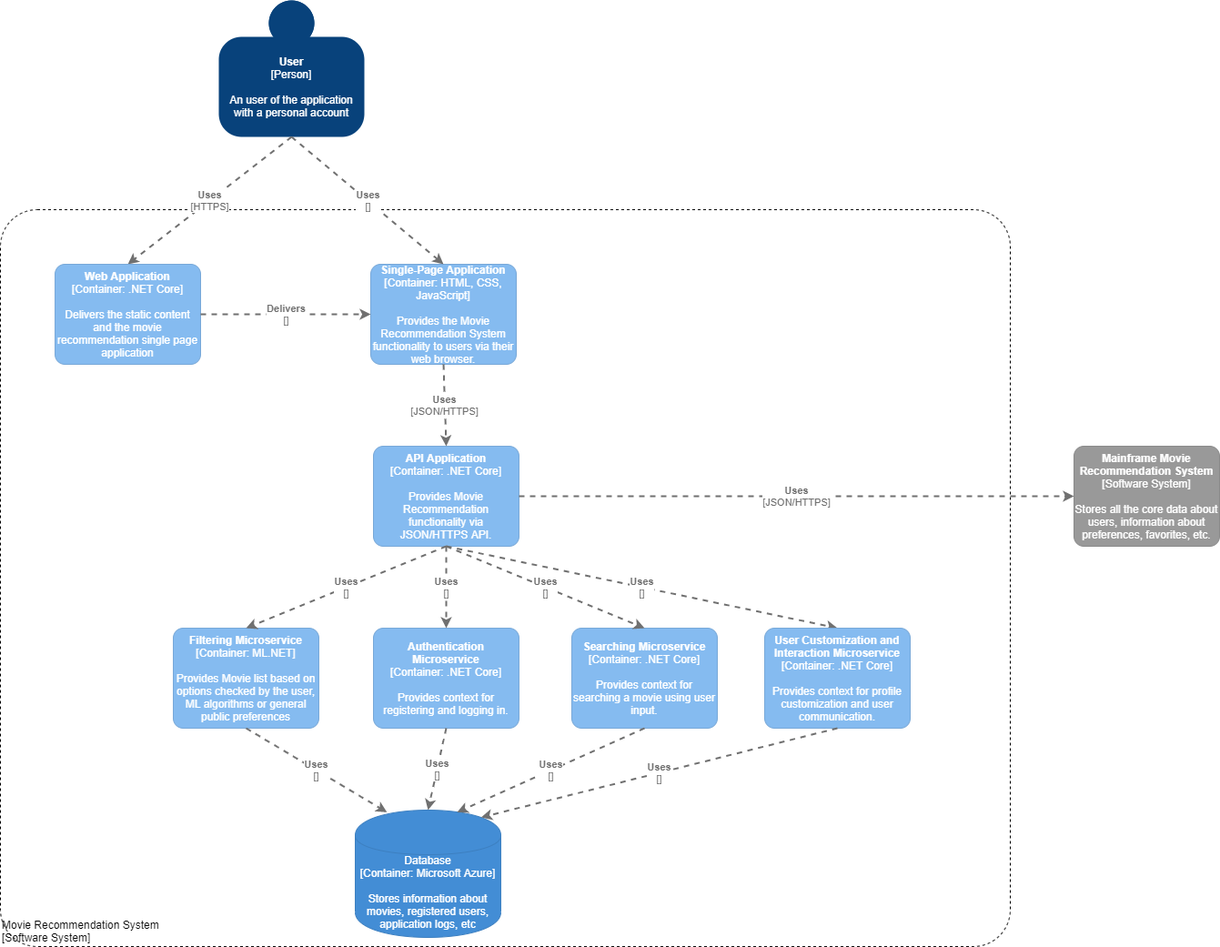
Before: Diagrame/C4-Page-2.png, a diagram exported from draw.io (RobertFrentz/-Movie-recommendation-system). Source tidied: cells renumbered, new cells last; positions are measured from the earlier drawing's top-left corner, leaving out a move shared by most shapes.
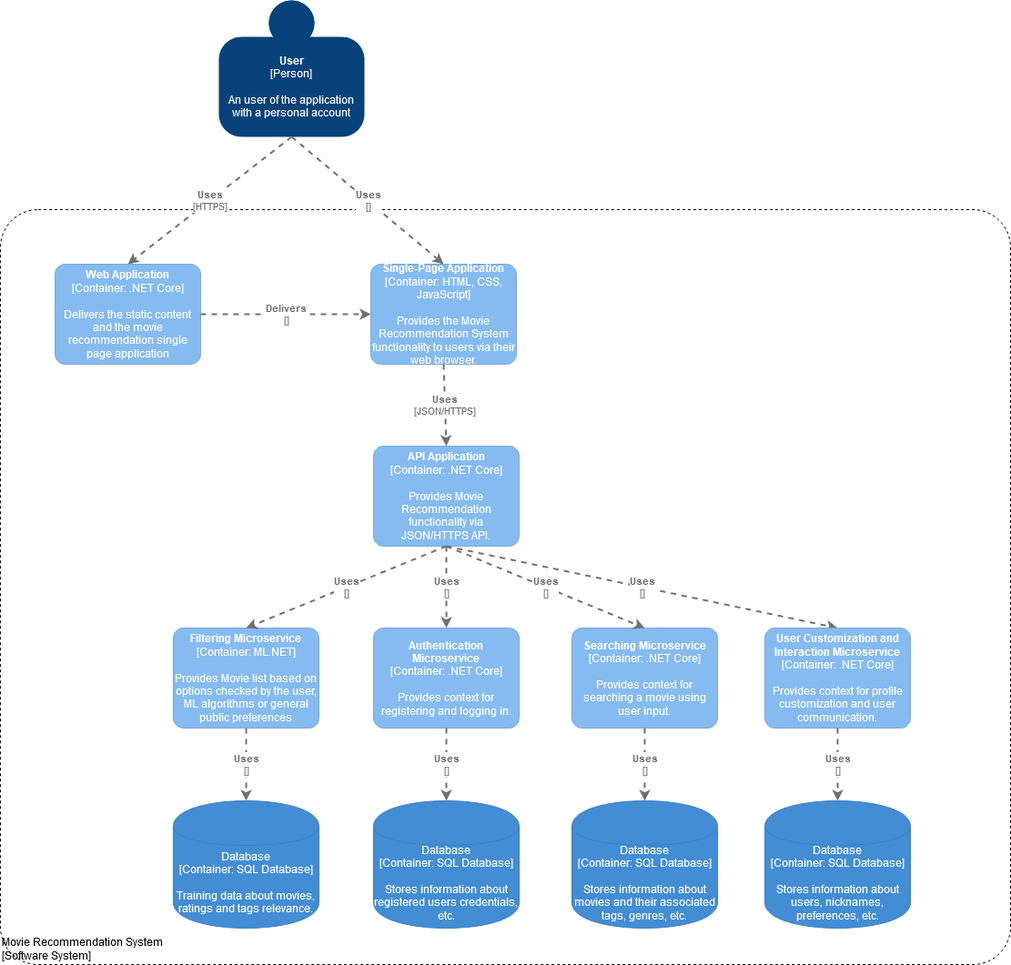
After the commit.

Commit message:
updated level 2 C4 diagram

What changed in the source:
```diff
@@ -4,7 +4,7 @@
     <mxCell id="1" parent="0" />
     <object id="2" label="&lt;div style=&quot;text-align: left&quot;&gt;%c4Name%&lt;/div&gt;&lt;div style=&quot;text-align: left&quot;&gt;[%c4Application%]&lt;/div&gt;" c4Application="Software System" c4Name="Movie Recommendation System" c4Type="ExecutionEnvironment" placeholders="1">
       <mxCell style="rounded=1;whiteSpace=wrap;html=1;labelBackgroundColor=none;fillColor=none;align=left;arcSize=5;verticalAlign=bottom;metaData={&quot;c4Type&quot;:{&quot;editable&quot;:false}};dashed=1;" parent="1" vertex="1">
-        <mxGeometry y="230" width="1110" height="810" as="geometry" />
+        <mxGeometry y="230" width="1110" height="830" as="geometry" />
       </mxCell>
     </object>
     <object id="3" label="&lt;b&gt;%c4Name%&lt;/b&gt;&lt;div&gt;[%c4Type%]&lt;/div&gt;&lt;br&gt;&lt;div&gt;%c4Description%&lt;/div&gt;" c4Description="An user of the application with a personal account" c4Name="User" c4Type="Person" placeholders="1">
@@ -17,14 +17,9 @@
         <mxGeometry relative="1" as="geometry" />
       </mxCell>
     </object>
-    <object id="5" label="&lt;b&gt;%c4Name%&lt;/b&gt;&lt;div&gt;[%c4Type%]&lt;/div&gt;&lt;br&gt;&lt;div&gt;%c4Description%&lt;/div&gt;" c4Description="Stores all the core data about users, information about preferences, favorites, etc." c4Name="Mainframe Movie Recommendation System" c4Type="Software System" placeholders="1">
-      <mxCell style="rounded=1;whiteSpace=wrap;html=1;labelBackgroundColor=none;fillColor=#999999;fontColor=#ffffff;align=center;arcSize=10;strokeColor=#8A8A8A;metaData={&quot;c4Type&quot;:{&quot;editable&quot;:false}};points=[[0.25,0,0],[0.5,0,0],[0.75,0,0],[1,0.25,0],[1,0.5,0],[1,0.75,0],[0.75,1,0],[0.5,1,0],[0.25,1,0],[0,0.75,0],[0,0.5,0],[0,0.25,0]];" parent="1" vertex="1">
-        <mxGeometry x="1180" y="490" width="160" height="110" as="geometry" />
-      </mxCell>
-    </object>
-    <object id="6" label="%c4Type%&lt;div&gt;[Container:&amp;nbsp;%c4Technology%]&lt;/div&gt;&lt;br&gt;&lt;div&gt;%c4Description%&lt;/div&gt;" c4Description="Stores information about movies, registered users, application logs, etc" c4Technology="Microsoft Azure" c4Type="Database" placeholders="1">
+    <object id="6" label="%c4Type%&lt;div&gt;[Container:&amp;nbsp;%c4Technology%]&lt;/div&gt;&lt;br&gt;&lt;div&gt;%c4Description%&lt;/div&gt;" c4Description="Training data about movies, ratings and tags relevance." c4Technology="SQL Database" c4Type="Database" placeholders="1">
       <mxCell style="shape=cylinder;whiteSpace=wrap;html=1;boundedLbl=1;rounded=0;labelBackgroundColor=none;fillColor=#438DD5;fontSize=12;fontColor=#ffffff;align=center;strokeColor=#3C7FC0;points=[[0.5,0,0],[1,0.25,0],[1,0.5,0],[1,0.75,0],[0.5,1,0],[0,0.75,0],[0,0.5,0],[0,0.25,0]];metaData={&quot;c4Type&quot;:{&quot;editable&quot;:false}};" parent="1" vertex="1">
-        <mxGeometry x="390" y="890" width="160" height="140" as="geometry" />
+        <mxGeometry x="190" y="880" width="160" height="140" as="geometry" />
       </mxCell>
     </object>
     <object id="7" label="&lt;b&gt;%c4Name%&lt;/b&gt;&lt;div&gt;[%c4Type%: %c4Technology%]&lt;/div&gt;&lt;br&gt;&lt;div&gt;%c4Description%&lt;/div&gt;" c4Description="Delivers the static content and the movie recommendation single page application" c4Name="Web Application" c4Technology=".NET Core" c4Type="Container" placeholders="1">
@@ -52,11 +47,6 @@
         <mxGeometry relative="1" as="geometry" />
       </mxCell>
     </object>
-    <object id="12" label="&lt;div style=&quot;text-align: left&quot;&gt;&lt;div style=&quot;text-align: center&quot;&gt;&lt;b&gt;%c4Description%&lt;/b&gt;&lt;/div&gt;&lt;div style=&quot;text-align: center&quot;&gt;[%c4Technology%]&lt;/div&gt;&lt;/div&gt;" c4Description="Uses" c4Technology="JSON/HTTPS" c4Type="Relationship" placeholders="1">
-      <mxCell style="edgeStyle=none;rounded=0;html=1;entryX=0;entryY=0.5;jettySize=auto;strokeColor=#707070;strokeWidth=2;fontColor=#707070;jumpStyle=none;dashed=1;metaData={&quot;c4Type&quot;:{&quot;editable&quot;:false}};exitX=1;exitY=0.5;exitDx=0;exitDy=0;exitPerimeter=0;entryDx=0;entryDy=0;entryPerimeter=0;" parent="1" edge="1" source="8" target="5">
-        <mxGeometry relative="1" as="geometry" />
-      </mxCell>
-    </object>
     <object id="13" label="&lt;div style=&quot;text-align: left&quot;&gt;&lt;div style=&quot;text-align: center&quot;&gt;&lt;b&gt;%c4Description%&lt;/b&gt;&lt;/div&gt;&lt;div style=&quot;text-align: center&quot;&gt;[%c4Technology%]&lt;/div&gt;&lt;/div&gt;" c4Description="Uses" c4Technology="" c4Type="Relationship" placeholders="1">
       <mxCell style="edgeStyle=none;rounded=0;html=1;jettySize=auto;strokeColor=#707070;strokeWidth=2;fontColor=#707070;jumpStyle=none;dashed=1;metaData={&quot;c4Type&quot;:{&quot;editable&quot;:false}};exitX=0.5;exitY=1;exitDx=0;exitDy=0;exitPerimeter=0;entryX=0.5;entryY=0;entryDx=0;entryDy=0;entryPerimeter=0;" parent="1" edge="1" source="3" target="9">
         <mxGeometry relative="1" as="geometry" />
@@ -73,7 +63,7 @@
       </mxCell>
     </object>
     <object id="16" label="&lt;div style=&quot;text-align: left&quot;&gt;&lt;div style=&quot;text-align: center&quot;&gt;&lt;b&gt;%c4Description%&lt;/b&gt;&lt;/div&gt;&lt;div style=&quot;text-align: center&quot;&gt;[%c4Technology%]&lt;/div&gt;&lt;/div&gt;" c4Description="Uses" c4Technology="" c4Type="Relationship" placeholders="1">
-      <mxCell style="edgeStyle=none;rounded=0;html=1;jettySize=auto;strokeColor=#707070;strokeWidth=2;fontColor=#707070;jumpStyle=none;dashed=1;metaData={&quot;c4Type&quot;:{&quot;editable&quot;:false}};exitX=0.5;exitY=1;exitDx=0;exitDy=0;exitPerimeter=0;entryX=0.218;entryY=0.017;entryDx=0;entryDy=0;entryPerimeter=0;" parent="1" edge="1" source="14" target="6">
+      <mxCell style="edgeStyle=none;rounded=0;html=1;jettySize=auto;strokeColor=#707070;strokeWidth=2;fontColor=#707070;jumpStyle=none;dashed=1;metaData={&quot;c4Type&quot;:{&quot;editable&quot;:false}};exitX=0.5;exitY=1;exitDx=0;exitDy=0;exitPerimeter=0;entryX=0.5;entryY=0;entryDx=0;entryDy=0;entryPerimeter=0;" parent="1" edge="1" source="14" target="6">
         <mxGeometry relative="1" as="geometry" />
       </mxCell>
     </object>
@@ -88,7 +78,7 @@
       </mxCell>
     </object>
     <object id="19" label="&lt;div style=&quot;text-align: left&quot;&gt;&lt;div style=&quot;text-align: center&quot;&gt;&lt;b&gt;%c4Description%&lt;/b&gt;&lt;/div&gt;&lt;div style=&quot;text-align: center&quot;&gt;[%c4Technology%]&lt;/div&gt;&lt;/div&gt;" c4Description="Uses" c4Technology="" c4Type="Relationship" placeholders="1">
-      <mxCell style="edgeStyle=none;rounded=0;html=1;entryX=0.5;entryY=0;jettySize=auto;strokeColor=#707070;strokeWidth=2;fontColor=#707070;jumpStyle=none;dashed=1;metaData={&quot;c4Type&quot;:{&quot;editable&quot;:false}};exitX=0.5;exitY=1;exitDx=0;exitDy=0;exitPerimeter=0;entryDx=0;entryDy=0;entryPerimeter=0;" parent="1" edge="1" source="17" target="6">
+      <mxCell style="edgeStyle=none;rounded=0;html=1;jettySize=auto;strokeColor=#707070;strokeWidth=2;fontColor=#707070;jumpStyle=none;dashed=1;metaData={&quot;c4Type&quot;:{&quot;editable&quot;:false}};exitX=0.5;exitY=1;exitDx=0;exitDy=0;exitPerimeter=0;entryX=0.5;entryY=0;entryDx=0;entryDy=0;entryPerimeter=0;" parent="1" edge="1" source="17" target="26">
         <mxGeometry relative="1" as="geometry" />
       </mxCell>
     </object>
@@ -103,7 +93,7 @@
       </mxCell>
     </object>
     <object id="22" label="&lt;div style=&quot;text-align: left&quot;&gt;&lt;div style=&quot;text-align: center&quot;&gt;&lt;b&gt;%c4Description%&lt;/b&gt;&lt;/div&gt;&lt;div style=&quot;text-align: center&quot;&gt;[%c4Technology%]&lt;/div&gt;&lt;/div&gt;" c4Description="Uses" c4Technology="" c4Type="Relationship" placeholders="1">
-      <mxCell style="edgeStyle=none;rounded=0;html=1;entryX=0.7;entryY=0.017;jettySize=auto;strokeColor=#707070;strokeWidth=2;fontColor=#707070;jumpStyle=none;dashed=1;metaData={&quot;c4Type&quot;:{&quot;editable&quot;:false}};exitX=0.5;exitY=1;exitDx=0;exitDy=0;exitPerimeter=0;entryDx=0;entryDy=0;entryPerimeter=0;" parent="1" edge="1" source="20" target="6">
+      <mxCell style="edgeStyle=none;rounded=0;html=1;jettySize=auto;strokeColor=#707070;strokeWidth=2;fontColor=#707070;jumpStyle=none;dashed=1;metaData={&quot;c4Type&quot;:{&quot;editable&quot;:false}};exitX=0.5;exitY=1;exitDx=0;exitDy=0;exitPerimeter=0;entryX=0.5;entryY=0;entryDx=0;entryDy=0;entryPerimeter=0;" parent="1" edge="1" source="20" target="27">
         <mxGeometry relative="1" as="geometry" />
       </mxCell>
     </object>
@@ -120,9 +110,24 @@
       </mxCell>
     </object>
     <object id="25" label="&lt;div style=&quot;text-align: left&quot;&gt;&lt;div style=&quot;text-align: center&quot;&gt;&lt;b&gt;%c4Description%&lt;/b&gt;&lt;/div&gt;&lt;div style=&quot;text-align: center&quot;&gt;[%c4Technology%]&lt;/div&gt;&lt;/div&gt;" c4Description="Uses" c4Technology="" c4Type="Relationship" placeholders="1">
-      <mxCell style="edgeStyle=none;rounded=0;html=1;entryX=0.865;entryY=0.057;jettySize=auto;strokeColor=#707070;strokeWidth=2;fontColor=#707070;jumpStyle=none;dashed=1;metaData={&quot;c4Type&quot;:{&quot;editable&quot;:false}};exitX=0.5;exitY=1;exitDx=0;exitDy=0;exitPerimeter=0;entryDx=0;entryDy=0;entryPerimeter=0;" parent="1" edge="1" source="24" target="6">
+      <mxCell style="edgeStyle=none;rounded=0;html=1;jettySize=auto;strokeColor=#707070;strokeWidth=2;fontColor=#707070;jumpStyle=none;dashed=1;metaData={&quot;c4Type&quot;:{&quot;editable&quot;:false}};exitX=0.5;exitY=1;exitDx=0;exitDy=0;exitPerimeter=0;" parent="1" edge="1" source="24" target="28">
         <mxGeometry relative="1" as="geometry" />
       </mxCell>
     </object>
+    <object id="26" label="%c4Type%&lt;div&gt;[Container:&amp;nbsp;%c4Technology%]&lt;/div&gt;&lt;br&gt;&lt;div&gt;%c4Description%&lt;/div&gt;" c4Description="Stores information about registered users credentials, etc." c4Technology="SQL Database" c4Type="Database" placeholders="1">
+      <mxCell style="shape=cylinder;whiteSpace=wrap;html=1;boundedLbl=1;rounded=0;labelBackgroundColor=none;fillColor=#438DD5;fontSize=12;fontColor=#ffffff;align=center;strokeColor=#3C7FC0;points=[[0.5,0,0],[1,0.25,0],[1,0.5,0],[1,0.75,0],[0.5,1,0],[0,0.75,0],[0,0.5,0],[0,0.25,0]];metaData={&quot;c4Type&quot;:{&quot;editable&quot;:false}};" parent="1" vertex="1">
+        <mxGeometry x="410" y="880" width="160" height="140" as="geometry" />
+      </mxCell>
+    </object>
+    <object id="27" label="%c4Type%&lt;div&gt;[Container:&amp;nbsp;%c4Technology%]&lt;/div&gt;&lt;br&gt;&lt;div&gt;%c4Description%&lt;/div&gt;" c4Description="Stores information about movies and their associated tags, genres, etc." c4Technology="SQL Database" c4Type="Database" placeholders="1">
+      <mxCell style="shape=cylinder;whiteSpace=wrap;html=1;boundedLbl=1;rounded=0;labelBackgroundColor=none;fillColor=#438DD5;fontSize=12;fontColor=#ffffff;align=center;strokeColor=#3C7FC0;points=[[0.5,0,0],[1,0.25,0],[1,0.5,0],[1,0.75,0],[0.5,1,0],[0,0.75,0],[0,0.5,0],[0,0.25,0]];metaData={&quot;c4Type&quot;:{&quot;editable&quot;:false}};" parent="1" vertex="1">
+        <mxGeometry x="628" y="880" width="160" height="140" as="geometry" />
+      </mxCell>
+    </object>
+    <object id="28" label="%c4Type%&lt;div&gt;[Container:&amp;nbsp;%c4Technology%]&lt;/div&gt;&lt;br&gt;&lt;div&gt;%c4Description%&lt;/div&gt;" c4Description="Stores information about users, nicknames, preferences, etc." c4Technology="SQL Database" c4Type="Database" placeholders="1">
+      <mxCell style="shape=cylinder;whiteSpace=wrap;html=1;boundedLbl=1;rounded=0;labelBackgroundColor=none;fillColor=#438DD5;fontSize=12;fontColor=#ffffff;align=center;strokeColor=#3C7FC0;points=[[0.5,0,0],[1,0.25,0],[1,0.5,0],[1,0.75,0],[0.5,1,0],[0,0.75,0],[0,0.5,0],[0,0.25,0]];metaData={&quot;c4Type&quot;:{&quot;editable&quot;:false}};" parent="1" vertex="1">
+        <mxGeometry x="840" y="880" width="160" height="140" as="geometry" />
+      </mxCell>
+    </object>
   </root>
 </mxGraphModel>
```
